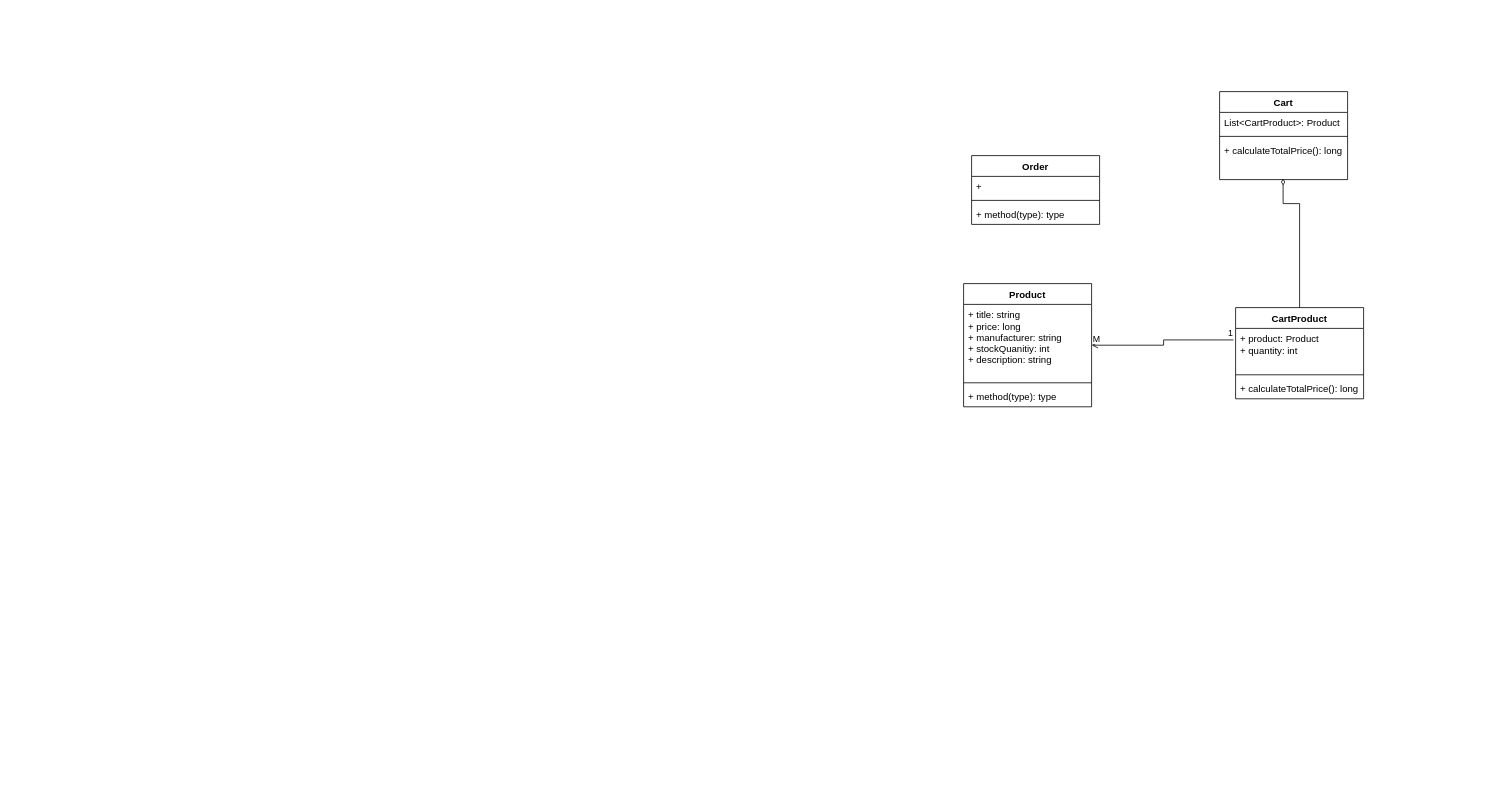
The draw.io diagram diagrams/Order Processing Classes.drawio in rusvlp/UML, before the edit. Source tidied: cells renumbered, new cells numbered last; positions are measured from the earlier drawing's top-left corner, leaving out a move shared by most shapes. Both pictures are drawn from the tidied source at 80%, with x=0, y=0 at pixel (963, 91).
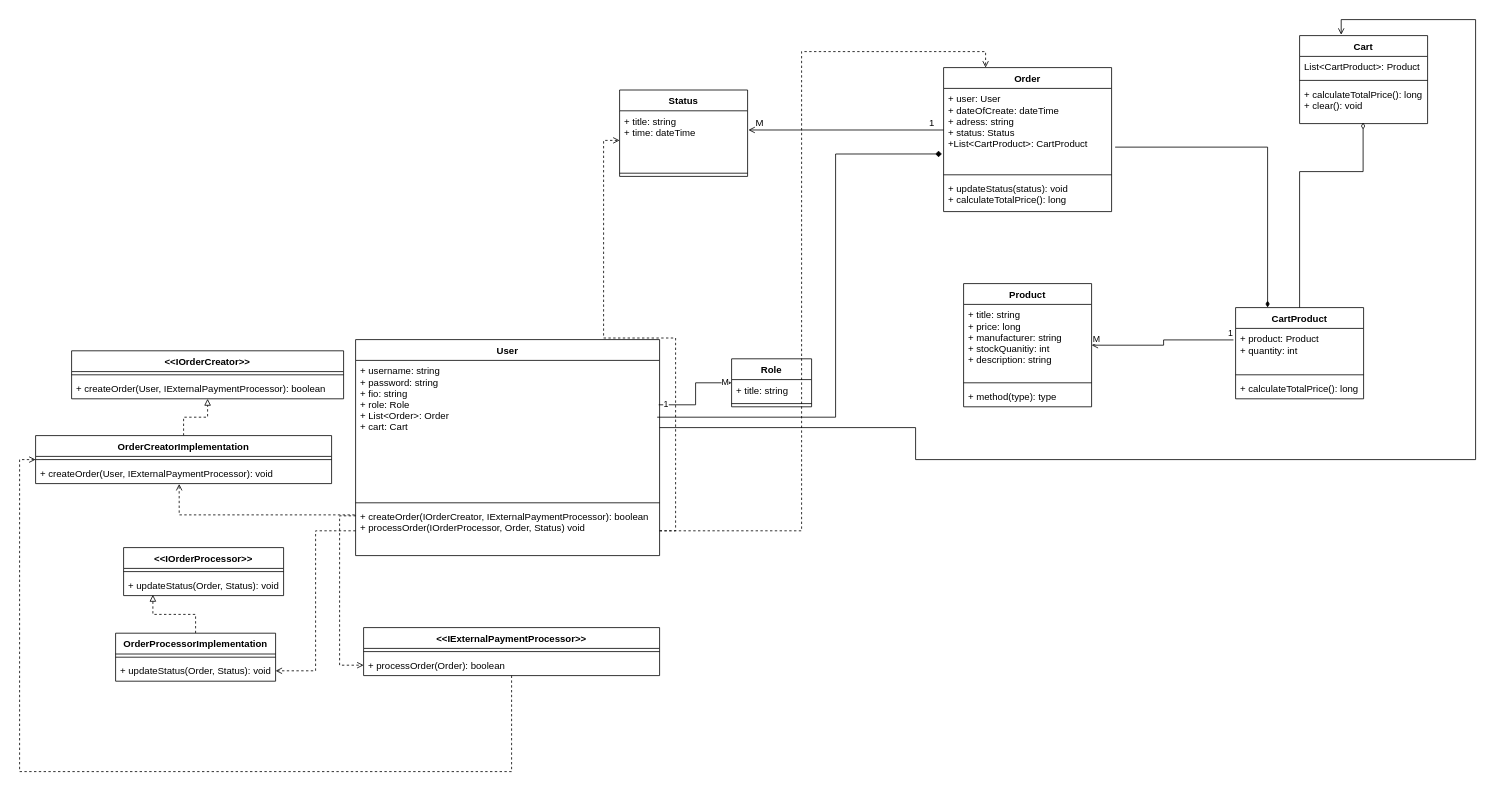
Above is the later version.

The change refers to these unchanged cells:
```xml
<mxCell id="10" value="CartProduct" style="swimlane;fontStyle=1;align=center;verticalAlign=top;horizontal=1;startSize=26;" parent="1" vertex="1">
  <mxGeometry x="340" y="270" width="160" height="114" as="geometry" />
</mxCell>
```

The edit, as a diff of the source:
```diff
@@
     <mxCell id="2" value="Order" style="swimlane;fontStyle=1;align=center;verticalAlign=top;horizontal=1;startSize=26;" parent="1" vertex="1">
-      <mxGeometry x="10" y="80" width="160" height="86" as="geometry" />
+      <mxGeometry x="-25" y="-30" width="210" height="180" as="geometry" />
     </mxCell>
-    <mxCell id="3" value="+" style="text;strokeColor=none;fillColor=none;align=left;verticalAlign=top;spacingLeft=4;spacingRight=4;overflow=hidden;points=[[0,0.5],[1,0.5]];portConstraint=eastwest;" parent="2" vertex="1">
-      <mxGeometry y="26" width="160" height="26" as="geometry" />
+    <mxCell id="3" value="+ user: User&#10;+ dateOfCreate: dateTime&#10;+ adress: string&#10;+ status: Status&#10;+List&lt;CartProduct&gt;: CartProduct" style="text;strokeColor=none;fillColor=none;align=left;verticalAlign=top;spacingLeft=4;spacingRight=4;overflow=hidden;points=[[0,0.5],[1,0.5]];portConstraint=eastwest;" parent="2" vertex="1">
+      <mxGeometry y="26" width="210" height="104" as="geometry" />
     </mxCell>
     <mxCell id="4" style="line;strokeWidth=1;fillColor=none;align=left;verticalAlign=middle;spacingTop=-1;spacingLeft=3;spacingRight=3;labelPosition=right;" parent="2" vertex="1">
-      <mxGeometry y="52" width="160" height="8" as="geometry" />
+      <mxGeometry y="130" width="210" height="8" as="geometry" />
     </mxCell>
-    <mxCell id="5" value="+ method(type): type" style="text;strokeColor=none;fillColor=none;align=left;verticalAlign=top;spacingLeft=4;spacingRight=4;overflow=hidden;" parent="2" vertex="1">
-      <mxGeometry y="60" width="160" height="26" as="geometry" />
+    <mxCell id="5" value="+ updateStatus(status): void&#10;+ calculateTotalPrice(): long" style="text;strokeColor=none;fillColor=none;align=left;verticalAlign=top;spacingLeft=4;spacingRight=4;overflow=hidden;" parent="2" vertex="1">
+      <mxGeometry y="138" width="210" height="42" as="geometry" />
     </mxCell>
@@
+    <mxCell id="22" style="edgeStyle=orthogonalEdgeStyle;rounded=0;jettySize=auto;html=1;exitX=0.25;exitY=0;exitDx=0;exitDy=0;entryX=1.021;entryY=0.706;entryDx=0;entryDy=0;entryPerimeter=0;startArrow=diamondThin;startFill=1;endArrow=none;endFill=0;" parent="1" edge="1" source="10" target="3">
+      <mxGeometry relative="1" as="geometry" />
+    </mxCell>
@@
     <mxCell id="17" style="edgeStyle=orthogonalEdgeStyle;rounded=0;jettySize=auto;html=1;exitX=0.496;exitY=0.971;exitDx=0;exitDy=0;entryX=0.5;entryY=0;entryDx=0;entryDy=0;endArrow=none;endFill=0;exitPerimeter=0;startArrow=diamondThin;startFill=0;" parent="1" edge="1" source="21" target="10">
       <mxGeometry relative="1" as="geometry">
         <Array as="points">
-          <mxPoint x="399" y="140" />
-          <mxPoint x="420" y="140" />
+          <mxPoint x="499" y="100" />
+          <mxPoint x="420" y="100" />
         </Array>
       </mxGeometry>
     </mxCell>
     <mxCell id="18" value="Cart" style="swimlane;fontStyle=1;align=center;verticalAlign=top;horizontal=1;startSize=26;" parent="1" vertex="1">
-      <mxGeometry x="320" width="160" height="110" as="geometry" />
+      <mxGeometry x="420" y="-70" width="160" height="110" as="geometry" />
     </mxCell>
@@
-    <mxCell id="21" value="+ calculateTotalPrice(): long&#10;" style="text;strokeColor=none;fillColor=none;align=left;verticalAlign=top;spacingLeft=4;spacingRight=4;overflow=hidden;points=[[0,0.5],[1,0.5]];portConstraint=eastwest;" parent="18" vertex="1">
+    <mxCell id="21" value="+ calculateTotalPrice(): long&#10;+ clear(): void" style="text;strokeColor=none;fillColor=none;align=left;verticalAlign=top;spacingLeft=4;spacingRight=4;overflow=hidden;points=[[0,0.5],[1,0.5]];portConstraint=eastwest;" parent="18" vertex="1">
       <mxGeometry y="60" width="160" height="50" as="geometry" />
     </mxCell>
+    <mxCell id="23" value="Status" style="swimlane;fontStyle=1;align=center;verticalAlign=top;horizontal=1;startSize=26;" parent="1" vertex="1">
+      <mxGeometry x="-430" y="-2" width="160" height="108" as="geometry" />
+    </mxCell>
+    <mxCell id="24" value="+ title: string&#10;+ time: dateTime" style="text;strokeColor=none;fillColor=none;align=left;verticalAlign=top;spacingLeft=4;spacingRight=4;overflow=hidden;points=[[0,0.5],[1,0.5]];portConstraint=eastwest;" parent="23" vertex="1">
+      <mxGeometry y="26" width="160" height="74" as="geometry" />
+    </mxCell>
+    <mxCell id="25" style="line;strokeWidth=1;fillColor=none;align=left;verticalAlign=middle;spacingTop=-1;spacingLeft=3;spacingRight=3;labelPosition=right;" parent="23" vertex="1">
+      <mxGeometry y="100" width="160" height="8" as="geometry" />
+    </mxCell>
+    <mxCell id="26" style="edgeStyle=orthogonalEdgeStyle;rounded=0;jettySize=auto;html=1;exitX=0;exitY=0.5;exitDx=0;exitDy=0;entryX=1.006;entryY=0.324;entryDx=0;entryDy=0;entryPerimeter=0;startArrow=none;startFill=0;endArrow=open;endFill=0;" parent="1" edge="1" source="3" target="24">
+      <mxGeometry relative="1" as="geometry" />
+    </mxCell>
+    <mxCell id="27" value="M" style="text;html=1;align=center;verticalAlign=middle;strokeColor=none;fillColor=none;" parent="1" vertex="1">
+      <mxGeometry x="-270" y="25" width="30" height="30" as="geometry" />
+    </mxCell>
+    <mxCell id="28" value="1" style="text;html=1;align=center;verticalAlign=middle;strokeColor=none;fillColor=none;" parent="1" vertex="1">
+      <mxGeometry x="-55" y="25" width="30" height="30" as="geometry" />
+    </mxCell>
+    <mxCell id="29" value="User" style="swimlane;fontStyle=1;align=center;verticalAlign=top;horizontal=1;startSize=26;" parent="1" vertex="1">
+      <mxGeometry x="-760" y="310" width="380" height="270" as="geometry" />
+    </mxCell>
+    <mxCell id="30" value="+ username: string&#10;+ password: string&#10;+ fio: string&#10;+ role: Role&#10;+ List&lt;Order&gt;: Order&#10;+ cart: Cart&#10;&#10;" style="text;strokeColor=none;fillColor=none;align=left;verticalAlign=top;spacingLeft=4;spacingRight=4;overflow=hidden;points=[[0,0.5],[1,0.5]];portConstraint=eastwest;" parent="29" vertex="1">
+      <mxGeometry y="26" width="380" height="174" as="geometry" />
+    </mxCell>
+    <mxCell id="31" style="line;strokeWidth=1;fillColor=none;align=left;verticalAlign=middle;spacingTop=-1;spacingLeft=3;spacingRight=3;labelPosition=right;" parent="29" vertex="1">
+      <mxGeometry y="200" width="380" height="8" as="geometry" />
+    </mxCell>
+    <mxCell id="32" value="+ createOrder(IOrderCreator, IExternalPaymentProcessor): boolean&#10;+ processOrder(IOrderProcessor, Order, Status) void" style="text;strokeColor=none;fillColor=none;align=left;verticalAlign=top;spacingLeft=4;spacingRight=4;overflow=hidden;points=[[0,0.5],[1,0.5]];portConstraint=eastwest;" parent="29" vertex="1">
+      <mxGeometry y="208" width="380" height="62" as="geometry" />
+    </mxCell>
+    <mxCell id="33" style="edgeStyle=orthogonalEdgeStyle;rounded=0;jettySize=auto;html=1;startArrow=none;startFill=0;endArrow=open;endFill=0;entryX=0.325;entryY=-0.009;entryDx=0;entryDy=0;entryPerimeter=0;" parent="1" edge="1" source="30" target="18">
+      <mxGeometry relative="1" as="geometry">
+        <Array as="points">
+          <mxPoint x="-60" y="420" />
+          <mxPoint x="-60" y="460" />
+          <mxPoint x="640" y="460" />
+          <mxPoint x="640" y="-90" />
+          <mxPoint x="472" y="-90" />
+        </Array>
+      </mxGeometry>
+    </mxCell>
+    <mxCell id="34" style="edgeStyle=orthogonalEdgeStyle;rounded=0;jettySize=auto;html=1;exitX=0.992;exitY=0.408;exitDx=0;exitDy=0;entryX=-0.01;entryY=0.788;entryDx=0;entryDy=0;entryPerimeter=0;startArrow=none;startFill=0;endArrow=diamond;endFill=1;exitPerimeter=0;" parent="1" edge="1" source="30" target="3">
+      <mxGeometry relative="1" as="geometry">
+        <Array as="points">
+          <mxPoint x="-160" y="407" />
+          <mxPoint x="-160" y="78" />
+        </Array>
+      </mxGeometry>
+    </mxCell>
+    <mxCell id="35" value="Role" style="swimlane;fontStyle=1;align=center;verticalAlign=top;horizontal=1;startSize=26;" parent="1" vertex="1">
+      <mxGeometry x="-290" y="334" width="100" height="60" as="geometry" />
+    </mxCell>
+    <mxCell id="36" value="+ title: string" style="text;strokeColor=none;fillColor=none;align=left;verticalAlign=top;spacingLeft=4;spacingRight=4;overflow=hidden;" parent="35" vertex="1">
+      <mxGeometry y="26" width="100" height="26" as="geometry" />
+    </mxCell>
+    <mxCell id="37" style="line;strokeWidth=1;fillColor=none;align=left;verticalAlign=middle;spacingTop=-1;spacingLeft=3;spacingRight=3;labelPosition=right;" parent="35" vertex="1">
+      <mxGeometry y="52" width="100" height="8" as="geometry" />
+    </mxCell>
+    <mxCell id="38" style="edgeStyle=orthogonalEdgeStyle;rounded=0;jettySize=auto;html=1;entryX=0;entryY=0.5;entryDx=0;entryDy=0;startArrow=none;startFill=0;endArrow=open;endFill=0;exitX=0.997;exitY=0.319;exitDx=0;exitDy=0;exitPerimeter=0;" parent="1" edge="1" source="30" target="35">
+      <mxGeometry relative="1" as="geometry" />
+    </mxCell>
+    <mxCell id="39" value="1" style="edgeLabel;html=1;align=center;verticalAlign=middle;" parent="38" vertex="1">
+      <mxGeometry x="-0.85" y="1" relative="1" as="geometry" />
+    </mxCell>
+    <mxCell id="40" value="M" style="edgeLabel;html=1;align=center;verticalAlign=middle;" parent="38" vertex="1">
+      <mxGeometry x="0.86" y="2" relative="1" as="geometry" />
+    </mxCell>
+    <mxCell id="41" value="&lt;&lt;IOrderCreator&gt;&gt;" style="swimlane;fontStyle=1;align=center;verticalAlign=top;horizontal=1;startSize=26;" parent="1" vertex="1">
+      <mxGeometry x="-1115" y="324" width="340" height="60" as="geometry" />
+    </mxCell>
+    <mxCell id="42" style="line;strokeWidth=1;fillColor=none;align=left;verticalAlign=middle;spacingTop=-1;spacingLeft=3;spacingRight=3;labelPosition=right;" parent="41" vertex="1">
+      <mxGeometry y="26" width="340" height="8" as="geometry" />
+    </mxCell>
+    <mxCell id="43" value="+ createOrder(User, IExternalPaymentProcessor): boolean" style="text;strokeColor=none;fillColor=none;align=left;verticalAlign=top;spacingLeft=4;spacingRight=4;overflow=hidden;" parent="41" vertex="1">
+      <mxGeometry y="34" width="340" height="26" as="geometry" />
+    </mxCell>
+    <mxCell id="44" value="&lt;&lt;IOrderProcessor&gt;&gt;" style="swimlane;fontStyle=1;align=center;verticalAlign=top;horizontal=1;startSize=26;" parent="1" vertex="1">
+      <mxGeometry x="-1050" y="570" width="200" height="60" as="geometry" />
+    </mxCell>
+    <mxCell id="45" style="line;strokeWidth=1;fillColor=none;align=left;verticalAlign=middle;spacingTop=-1;spacingLeft=3;spacingRight=3;labelPosition=right;" parent="44" vertex="1">
+      <mxGeometry y="26" width="200" height="8" as="geometry" />
+    </mxCell>
+    <mxCell id="46" value="+ updateStatus(Order, Status): void" style="text;strokeColor=none;fillColor=none;align=left;verticalAlign=top;spacingLeft=4;spacingRight=4;overflow=hidden;points=[[0,0.5],[1,0.5]];portConstraint=eastwest;" parent="44" vertex="1">
+      <mxGeometry y="34" width="200" height="26" as="geometry" />
+    </mxCell>
+    <mxCell id="47" style="edgeStyle=orthogonalEdgeStyle;rounded=0;jettySize=auto;html=1;exitX=0.5;exitY=0;exitDx=0;exitDy=0;entryX=0.5;entryY=1;entryDx=0;entryDy=0;startArrow=none;startFill=0;endArrow=block;endFill=0;dashed=1;" parent="1" edge="1" source="48" target="41">
+      <mxGeometry relative="1" as="geometry" />
+    </mxCell>
+    <mxCell id="48" value="OrderCreatorImplementation" style="swimlane;fontStyle=1;align=center;verticalAlign=top;horizontal=1;startSize=26;" parent="1" vertex="1">
+      <mxGeometry x="-1160" y="430" width="370" height="60" as="geometry" />
+    </mxCell>
+    <mxCell id="49" style="line;strokeWidth=1;fillColor=none;align=left;verticalAlign=middle;spacingTop=-1;spacingLeft=3;spacingRight=3;labelPosition=right;points=[];portConstraint=eastwest;" parent="48" vertex="1">
+      <mxGeometry y="26" width="370" height="8" as="geometry" />
+    </mxCell>
+    <mxCell id="50" value="+ createOrder(User, IExternalPaymentProcessor): void" style="text;strokeColor=none;fillColor=none;align=left;verticalAlign=top;spacingLeft=4;spacingRight=4;overflow=hidden;points=[[0,0.5],[1,0.5]];portConstraint=eastwest;" parent="48" vertex="1">
+      <mxGeometry y="34" width="370" height="26" as="geometry" />
+    </mxCell>
+    <mxCell id="51" style="edgeStyle=orthogonalEdgeStyle;rounded=0;jettySize=auto;html=1;exitX=0.5;exitY=0;exitDx=0;exitDy=0;entryX=0.183;entryY=0.963;entryDx=0;entryDy=0;entryPerimeter=0;startArrow=none;startFill=0;endArrow=block;endFill=0;dashed=1;" parent="1" edge="1" source="52" target="46">
+      <mxGeometry relative="1" as="geometry" />
+    </mxCell>
+    <mxCell id="52" value="OrderProcessorImplementation" style="swimlane;fontStyle=1;align=center;verticalAlign=top;horizontal=1;startSize=26;" parent="1" vertex="1">
+      <mxGeometry x="-1060" y="677" width="200" height="60" as="geometry" />
+    </mxCell>
+    <mxCell id="53" style="line;strokeWidth=1;fillColor=none;align=left;verticalAlign=middle;spacingTop=-1;spacingLeft=3;spacingRight=3;labelPosition=right;" parent="52" vertex="1">
+      <mxGeometry y="26" width="200" height="8" as="geometry" />
+    </mxCell>
+    <mxCell id="54" value="+ updateStatus(Order, Status): void" style="text;strokeColor=none;fillColor=none;align=left;verticalAlign=top;spacingLeft=4;spacingRight=4;overflow=hidden;points=[[0,0.5],[1,0.5]];portConstraint=eastwest;" parent="52" vertex="1">
+      <mxGeometry y="34" width="200" height="26" as="geometry" />
+    </mxCell>
+    <mxCell id="55" style="edgeStyle=orthogonalEdgeStyle;rounded=0;jettySize=auto;html=1;exitX=0;exitY=0.5;exitDx=0;exitDy=0;entryX=1;entryY=0.5;entryDx=0;entryDy=0;dashed=1;startArrow=none;startFill=0;endArrow=open;endFill=0;" parent="1" edge="1" source="32" target="54">
+      <mxGeometry relative="1" as="geometry" />
+    </mxCell>
+    <mxCell id="56" style="edgeStyle=orthogonalEdgeStyle;rounded=0;jettySize=auto;html=1;exitX=-0.003;exitY=0.179;exitDx=0;exitDy=0;entryX=0.485;entryY=1.018;entryDx=0;entryDy=0;entryPerimeter=0;dashed=1;startArrow=none;startFill=0;endArrow=open;endFill=0;exitPerimeter=0;" parent="1" edge="1" source="32" target="50">
+      <mxGeometry relative="1" as="geometry" />
+    </mxCell>
+    <mxCell id="57" style="edgeStyle=orthogonalEdgeStyle;rounded=0;jettySize=auto;html=1;exitX=1;exitY=0.5;exitDx=0;exitDy=0;dashed=1;startArrow=none;startFill=0;endArrow=open;endFill=0;" parent="1" edge="1" source="32" target="24">
+      <mxGeometry relative="1" as="geometry" />
+    </mxCell>
+    <mxCell id="58" style="edgeStyle=orthogonalEdgeStyle;rounded=0;jettySize=auto;html=1;exitX=1;exitY=0.5;exitDx=0;exitDy=0;entryX=0.25;entryY=0;entryDx=0;entryDy=0;dashed=1;startArrow=none;startFill=0;endArrow=open;endFill=0;" parent="1" edge="1" source="32" target="2">
+      <mxGeometry relative="1" as="geometry" />
+    </mxCell>
+    <mxCell id="59" style="edgeStyle=orthogonalEdgeStyle;rounded=0;jettySize=auto;html=1;entryX=0;entryY=0.5;entryDx=0;entryDy=0;entryPerimeter=0;dashed=1;startArrow=none;startFill=0;endArrow=open;endFill=0;" parent="1" edge="1" source="60" target="49">
+      <mxGeometry relative="1" as="geometry">
+        <Array as="points">
+          <mxPoint x="-565" y="850" />
+          <mxPoint x="-1180" y="850" />
+          <mxPoint x="-1180" y="460" />
+        </Array>
+      </mxGeometry>
+    </mxCell>
+    <mxCell id="60" value="&lt;&lt;IExternalPaymentProcessor&gt;&gt;" style="swimlane;fontStyle=1;align=center;verticalAlign=top;horizontal=1;startSize=26;" parent="1" vertex="1">
+      <mxGeometry x="-750" y="670" width="370" height="60" as="geometry" />
+    </mxCell>
+    <mxCell id="61" style="line;strokeWidth=1;fillColor=none;align=left;verticalAlign=middle;spacingTop=-1;spacingLeft=3;spacingRight=3;labelPosition=right;" parent="60" vertex="1">
+      <mxGeometry y="26" width="370" height="8" as="geometry" />
+    </mxCell>
+    <mxCell id="62" value="+ processOrder(Order): boolean" style="text;strokeColor=none;fillColor=none;align=left;verticalAlign=top;spacingLeft=4;spacingRight=4;overflow=hidden;points=[[0,0.5],[1,0.5]];portConstraint=eastwest;" parent="60" vertex="1">
+      <mxGeometry y="34" width="370" height="26" as="geometry" />
+    </mxCell>
+    <mxCell id="63" style="edgeStyle=orthogonalEdgeStyle;rounded=0;jettySize=auto;html=1;exitX=0.001;exitY=0.198;exitDx=0;exitDy=0;entryX=0;entryY=0.5;entryDx=0;entryDy=0;dashed=1;startArrow=none;startFill=0;endArrow=open;endFill=0;exitPerimeter=0;" parent="1" edge="1" source="32" target="62">
+      <mxGeometry relative="1" as="geometry" />
+    </mxCell>
```
